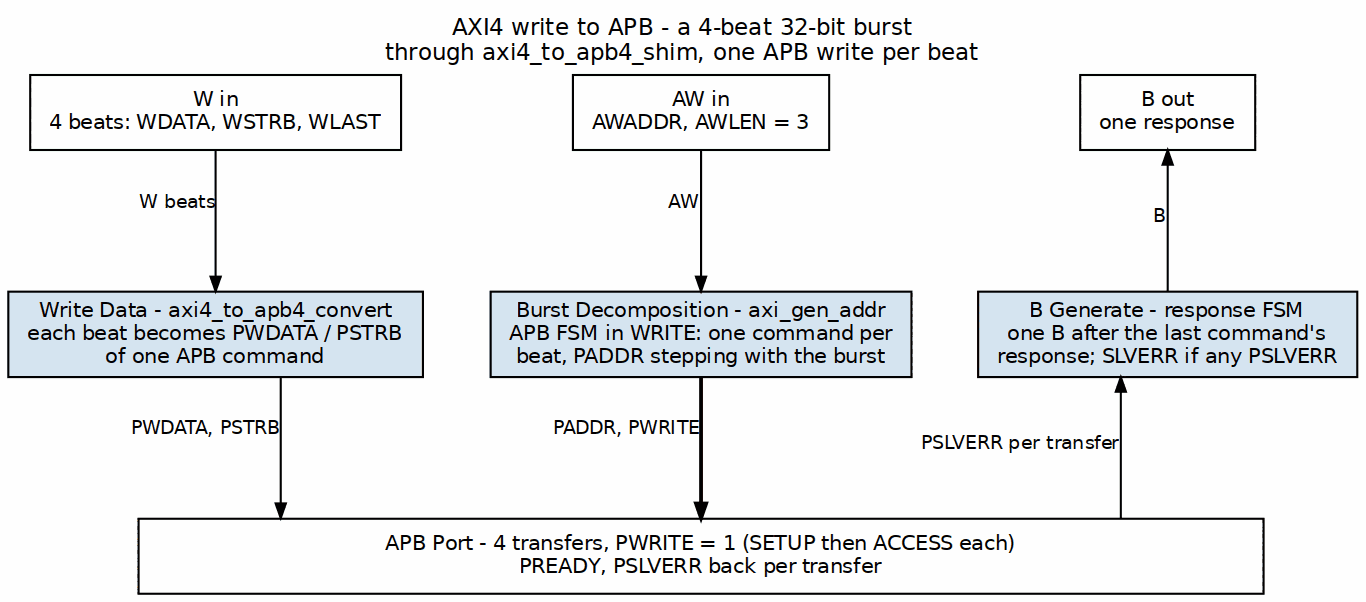
The Graphviz diagram projects/components/fabric-gen-ip/bridge/docs/bridge_mas/assets/graphviz/axi4_to_apb4_write.png in sean-galloway/RTLDesignSherpa, before a commit. Its source is kept beside it as projects/components/fabric-gen-ip/bridge/docs/bridge_mas/assets/graphviz/axi4_to_apb4_write.dot. The source it was exported from:
```dot
digraph axi4_to_apb4_write {
    graph [rankdir=TB, bgcolor="white", fontname="Helvetica", fontsize=11,
           nodesep="0.45", ranksep="0.95", splines=ortho, labelloc=t,
           label="AXI4 write to APB - a 4-beat 32-bit burst\nthrough axi4_to_apb4_shim, one APB write per beat"];
    node  [fontname="Helvetica", fontsize=10, shape=box, style=filled,
           fillcolor="#D6E4F0", color="black", margin="0.12,0.06"];
    edge  [fontname="Helvetica", fontsize=9, color="black", arrowsize=0.7];

    pl [label="W in\n4 beats: WDATA, WSTRB, WLAST", group=L, fillcolor="white"];
    pc [label="AW in\nAWADDR, AWLEN = 3", group=C, fillcolor="white"];
    pr [label="B out\none response", group=R, fillcolor="white"];
    { rank=same; pl; pc; pr; }
    pl -> pc -> pr [style=invis];
    bl [label="Write Data - axi4_to_apb4_convert\neach beat becomes PWDATA / PSTRB\nof one APB command", group=L];
    bc [label="Burst Decomposition - axi_gen_addr\nAPB FSM in WRITE: one command per\nbeat, PADDR stepping with the burst", group=C];
    br [label="B Generate - response FSM\none B after the last command's\nresponse; SLVERR if any PSLVERR", group=R];
    { rank=same; bl; bc; br; }
    bl -> bc -> br [style=invis];
    bar [label="APB Port - 4 transfers, PWRITE = 1 (SETUP then ACCESS each)\nPREADY, PSLVERR back per transfer", fillcolor="white", width=7.5];
    pl -> bl [xlabel="W beats"];
    pc -> bc [xlabel="AW"];
    pr -> br [dir=back, xlabel="B"];
    bl -> bar [xlabel="PWDATA, PSTRB"];
    bc -> bar [xlabel="PADDR, PWRITE", penwidth=1.8];
    br -> bar [dir=back, xlabel="PSLVERR per transfer"];
}
```
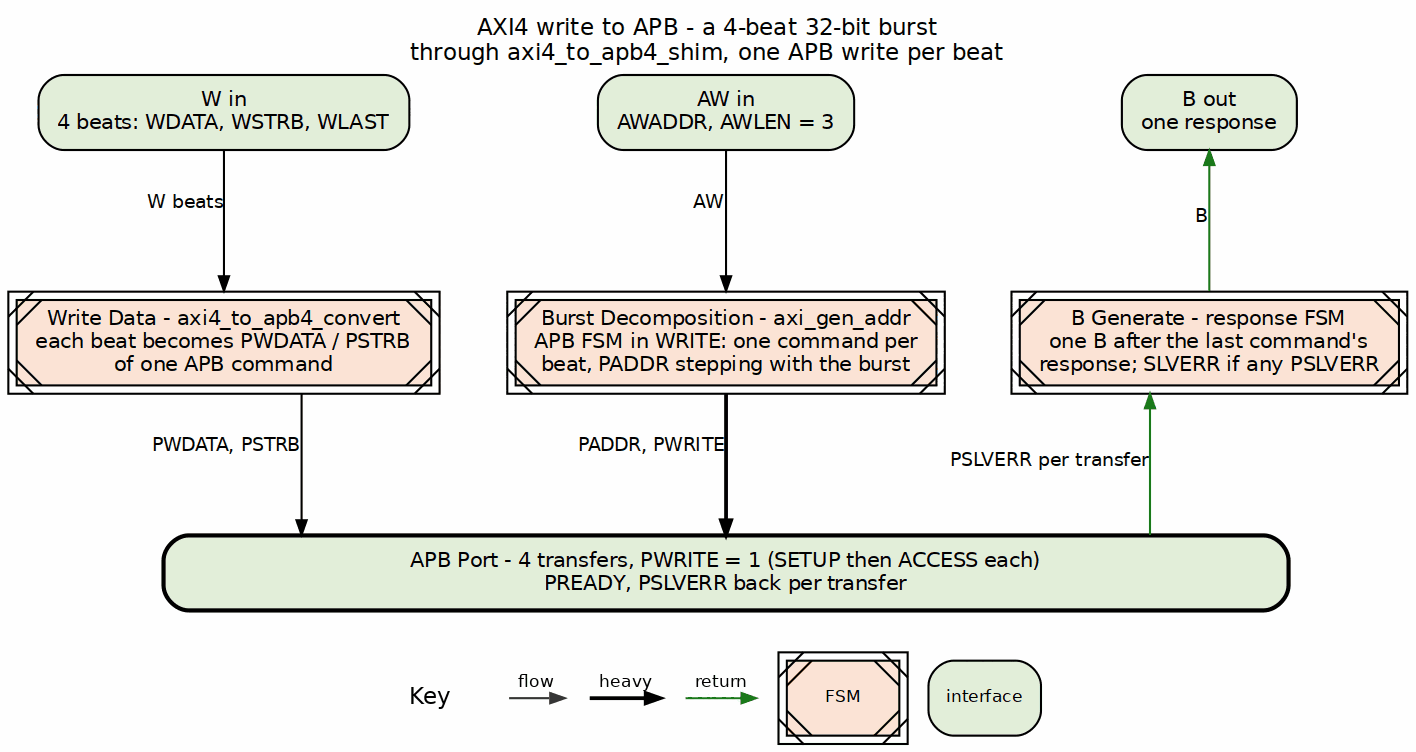
The same file after the commit.

Diff of the diagram source:
```diff
@@ -3,24 +3,24 @@
            nodesep="0.45", ranksep="0.95", splines=ortho, labelloc=t,
            label="AXI4 write to APB - a 4-beat 32-bit burst\nthrough axi4_to_apb4_shim, one APB write per beat"];
     node  [fontname="Helvetica", fontsize=10, shape=box, style=filled,
-           fillcolor="#D6E4F0", color="black", margin="0.12,0.06"];
+           fillcolor="white", color="black", margin="0.12,0.06"];
     edge  [fontname="Helvetica", fontsize=9, color="black", arrowsize=0.7];
 
-    pl [label="W in\n4 beats: WDATA, WSTRB, WLAST", group=L, fillcolor="white"];
-    pc [label="AW in\nAWADDR, AWLEN = 3", group=C, fillcolor="white"];
-    pr [label="B out\none response", group=R, fillcolor="white"];
+    pl [label="W in\n4 beats: WDATA, WSTRB, WLAST", group=L, fillcolor="white", style="rounded,filled", fillcolor="#E2EFDA"];
+    pc [label="AW in\nAWADDR, AWLEN = 3", group=C, fillcolor="white", style="rounded,filled", fillcolor="#E2EFDA"];
+    pr [label="B out\none response", group=R, fillcolor="white", style="rounded,filled", fillcolor="#E2EFDA"];
     { rank=same; pl; pc; pr; }
     pl -> pc -> pr [style=invis];
-    bl [label="Write Data - axi4_to_apb4_convert\neach beat becomes PWDATA / PSTRB\nof one APB command", group=L];
-    bc [label="Burst Decomposition - axi_gen_addr\nAPB FSM in WRITE: one command per\nbeat, PADDR stepping with the burst", group=C];
-    br [label="B Generate - response FSM\none B after the last command's\nresponse; SLVERR if any PSLVERR", group=R];
+    bl [label="Write Data - axi4_to_apb4_convert\neach beat becomes PWDATA / PSTRB\nof one APB command", group=L, peripheries=2, style="filled,diagonals", fillcolor="#FCE4D6"];
+    bc [label="Burst Decomposition - axi_gen_addr\nAPB FSM in WRITE: one command per\nbeat, PADDR stepping with the burst", group=C, peripheries=2, style="filled,diagonals", fillcolor="#FCE4D6"];
+    br [label="B Generate - response FSM\none B after the last command's\nresponse; SLVERR if any PSLVERR", group=R, peripheries=2, style="filled,diagonals", fillcolor="#FCE4D6"];
     { rank=same; bl; bc; br; }
     bl -> bc -> br [style=invis];
-    bar [label="APB Port - 4 transfers, PWRITE = 1 (SETUP then ACCESS each)\nPREADY, PSLVERR back per transfer", fillcolor="white", width=7.5];
+    bar [label="APB Port - 4 transfers, PWRITE = 1 (SETUP then ACCESS each)\nPREADY, PSLVERR back per transfer", fillcolor="white", width=7.5, style="rounded,filled,bold", fillcolor="#E2EFDA"];
     pl -> bl [xlabel="W beats"];
     pc -> bc [xlabel="AW"];
-    pr -> br [dir=back, xlabel="B"];
+    pr -> br [color="#1A7A1A", dir=back, xlabel="B"];
     bl -> bar [xlabel="PWDATA, PSTRB"];
     bc -> bar [xlabel="PADDR, PWRITE", penwidth=1.8];
-    br -> bar [dir=back, xlabel="PSLVERR per transfer"];
+    br -> bar [color="#1A7A1A", dir=back, xlabel="PSLVERR per transfer"];
 }
```
